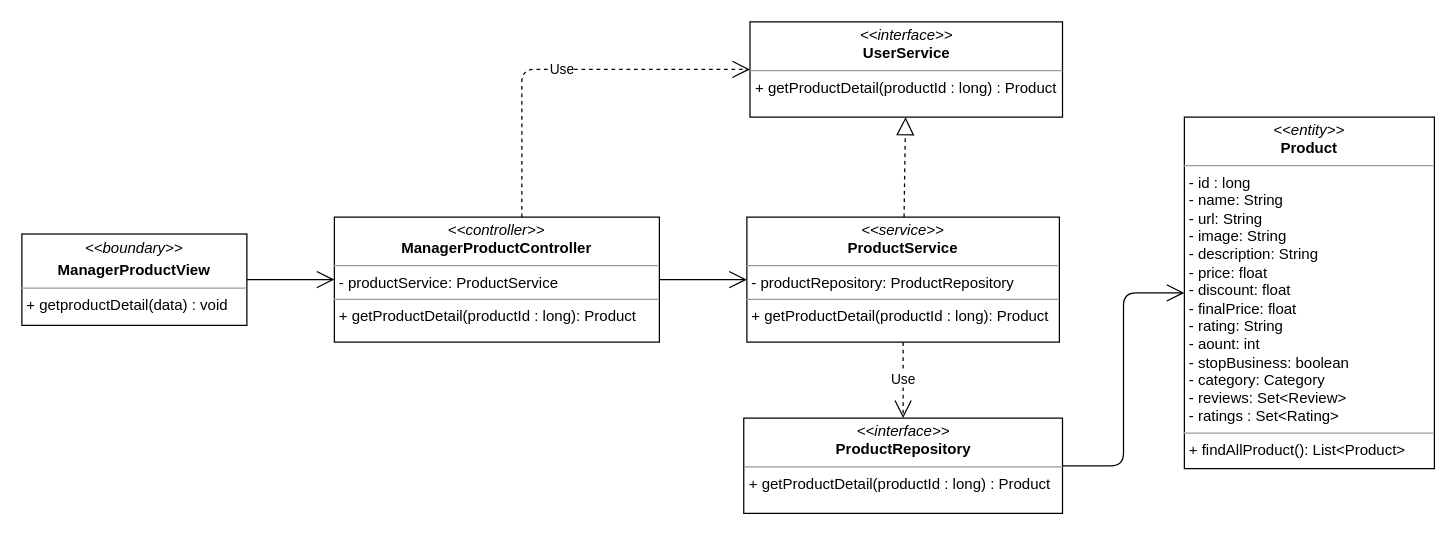
Earlier version of the draw.io diagram class diagram/manager-product-detail-class-diagram.drawio (nguyenphamvan/datn_20202). Source tidied: cells renumbered, new cells numbered last; positions are measured from the earlier drawing's top-left corner, leaving out a move shared by most shapes. Both pictures are drawn from the tidied source at 125%, with x=0, y=0 at pixel (21, 21).
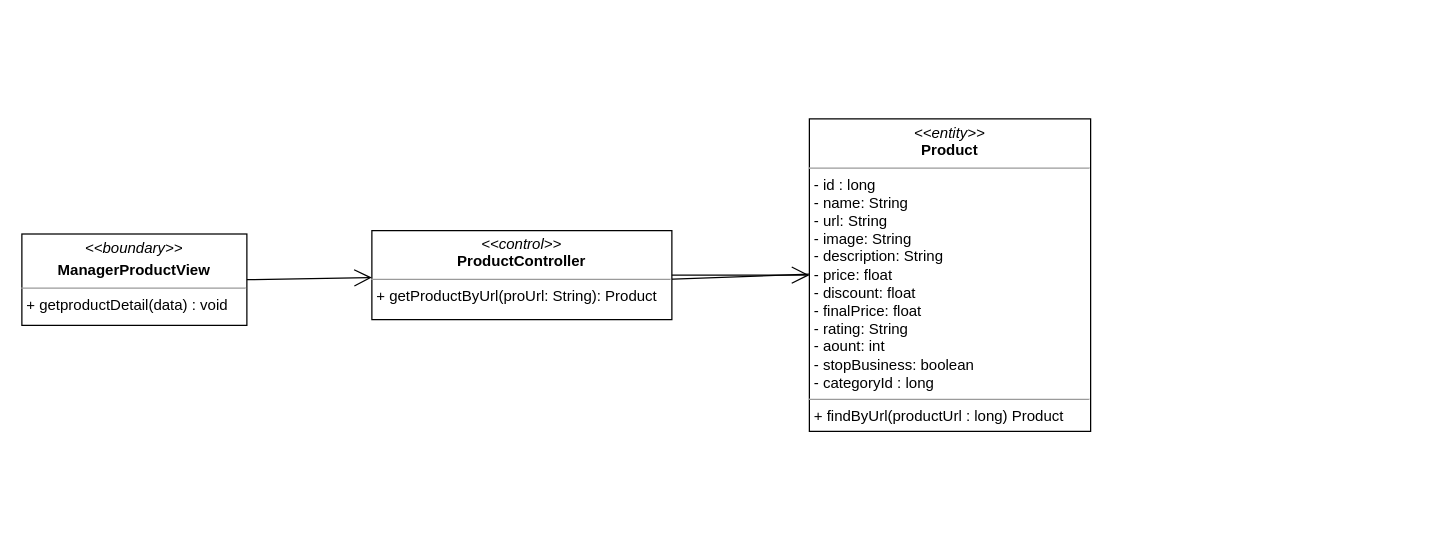
The same page after the edit.

Diff of the diagram source:
```diff
@@
 <mxGraphModel>
   <root>
     <mxCell id="0" />
     <mxCell id="1" parent="0" />
     <mxCell id="2" value="&lt;p style=&quot;margin: 0px ; margin-top: 4px ; text-align: center&quot;&gt;&lt;i&gt;&amp;lt;&amp;lt;boundary&amp;gt;&amp;gt;&lt;/i&gt;&lt;/p&gt;&lt;p style=&quot;margin: 0px ; margin-top: 4px ; text-align: center&quot;&gt;&lt;b&gt;ManagerProductView&lt;/b&gt;&lt;/p&gt;&lt;hr size=&quot;1&quot;&gt;&lt;p style=&quot;margin: 0px ; margin-left: 4px&quot;&gt;&lt;span&gt;+ getproductDetail(data) : void&lt;/span&gt;&lt;br&gt;&lt;/p&gt;" style="verticalAlign=top;align=left;overflow=fill;fontSize=12;fontFamily=Helvetica;html=1;" parent="1" vertex="1">
       <mxGeometry y="169.7" width="180" height="73.1" as="geometry" />
     </mxCell>
-    <mxCell id="3" style="endArrow=open;endFill=1;endSize=12;html=1;entryX=0;entryY=0.5;entryDx=0;entryDy=0;exitX=1;exitY=0.5;exitDx=0;exitDy=0;" parent="1" edge="1" source="2" target="7">
+    <mxCell id="3" style="endArrow=open;endFill=1;endSize=12;html=1;exitX=1;exitY=0.5;exitDx=0;exitDy=0;" parent="1" edge="1" source="2" target="14">
       <mxGeometry relative="1" as="geometry" />
     </mxCell>
-    <mxCell id="4" style="endArrow=open;endFill=1;endSize=12;html=1;exitX=1;exitY=0.5;exitDx=0;exitDy=0;edgeStyle=orthogonalEdgeStyle;" parent="1" edge="1" source="5" target="13">
-      <mxGeometry relative="1" as="geometry" />
-    </mxCell>
-    <mxCell id="5" value="&lt;p style=&quot;margin: 0px ; margin-top: 4px ; text-align: center&quot;&gt;&lt;i&gt;&amp;lt;&amp;lt;interface&amp;gt;&amp;gt;&lt;/i&gt;&lt;br&gt;&lt;b&gt;ProductRepository&lt;/b&gt;&lt;/p&gt;&lt;hr size=&quot;1&quot;&gt;&lt;p style=&quot;margin: 0px ; margin-left: 4px&quot;&gt;+ getProductDetail(productId : long) : Product&lt;/p&gt;" style="verticalAlign=top;align=left;overflow=fill;fontSize=12;fontFamily=Helvetica;html=1;" parent="1" vertex="1">
-      <mxGeometry x="577.5" y="317" width="255" height="76.2" as="geometry" />
-    </mxCell>
-    <mxCell id="6" value="&lt;p style=&quot;margin: 0px ; margin-top: 4px ; text-align: center&quot;&gt;&lt;i&gt;&amp;lt;&amp;lt;interface&amp;gt;&amp;gt;&lt;/i&gt;&lt;br&gt;&lt;b&gt;UserService&lt;/b&gt;&lt;/p&gt;&lt;hr size=&quot;1&quot;&gt;&lt;p style=&quot;margin: 0px ; margin-left: 4px&quot;&gt;+ getProductDetail(productId : long) : Product&lt;/p&gt;" style="verticalAlign=top;align=left;overflow=fill;fontSize=12;fontFamily=Helvetica;html=1;" parent="1" vertex="1">
-      <mxGeometry x="582.5" width="250" height="76.2" as="geometry" />
-    </mxCell>
-    <mxCell id="7" value="&lt;p style=&quot;margin: 0px ; margin-top: 4px ; text-align: center&quot;&gt;&lt;i&gt;&amp;lt;&amp;lt;controller&amp;gt;&amp;gt;&lt;/i&gt;&lt;br&gt;&lt;b&gt;ManagerProductController&lt;/b&gt;&lt;br&gt;&lt;/p&gt;&lt;hr size=&quot;1&quot;&gt;&lt;p style=&quot;margin: 0px ; margin-left: 4px&quot;&gt;- productService: ProductService&lt;br&gt;&lt;/p&gt;&lt;hr size=&quot;1&quot;&gt;&lt;p style=&quot;margin: 0px ; margin-left: 4px&quot;&gt;+ getProductDetail(productId : long): Product&lt;br&gt;&lt;/p&gt;" style="verticalAlign=top;align=left;overflow=fill;fontSize=12;fontFamily=Helvetica;html=1;" parent="1" vertex="1">
-      <mxGeometry x="250" y="156.2" width="260" height="100" as="geometry" />
-    </mxCell>
-    <mxCell id="8" value="&lt;p style=&quot;margin: 0px ; margin-top: 4px ; text-align: center&quot;&gt;&lt;i&gt;&amp;lt;&amp;lt;service&amp;gt;&amp;gt;&lt;/i&gt;&lt;br&gt;&lt;b&gt;ProductService&lt;/b&gt;&lt;/p&gt;&lt;hr size=&quot;1&quot;&gt;&lt;p style=&quot;margin: 0px ; margin-left: 4px&quot;&gt;- productRepository: ProductRepository&lt;br&gt;&lt;/p&gt;&lt;hr size=&quot;1&quot;&gt;&lt;p style=&quot;margin: 0px ; margin-left: 4px&quot;&gt;+ getProductDetail(productId : long): Product&lt;br&gt;&lt;/p&gt;" style="verticalAlign=top;align=left;overflow=fill;fontSize=12;fontFamily=Helvetica;html=1;" parent="1" vertex="1">
-      <mxGeometry x="580" y="156.2" width="250" height="100" as="geometry" />
-    </mxCell>
-    <mxCell id="9" value="Use" style="endArrow=open;endSize=12;dashed=1;html=1;edgeStyle=orthogonalEdgeStyle;" parent="1" edge="1" source="7" target="6">
-      <mxGeometry relative="1" as="geometry">
-        <Array as="points">
-          <mxPoint x="400" y="38" />
-        </Array>
-      </mxGeometry>
-    </mxCell>
-    <mxCell id="10" style="endArrow=block;dashed=1;endFill=0;endSize=12;html=1;" parent="1" edge="1" source="8" target="6">
-      <mxGeometry relative="1" as="geometry" />
-    </mxCell>
-    <mxCell id="11" value="Use" style="endArrow=open;endSize=12;dashed=1;html=1;" parent="1" edge="1" source="8" target="5">
-      <mxGeometry relative="1" as="geometry" />
-    </mxCell>
-    <mxCell id="12" style="endArrow=open;endFill=1;endSize=12;html=1;" parent="1" edge="1" source="7" target="8">
-      <mxGeometry relative="1" as="geometry" />
+    <mxCell id="12" style="endArrow=open;endFill=1;endSize=12;html=1;" parent="1" edge="1">
+      <mxGeometry relative="1" as="geometry">
+        <mxPoint x="510" y="206.2" as="sourcePoint" />
+        <mxPoint x="760" y="197" as="targetPoint" />
+      </mxGeometry>
     </mxCell>
-    <mxCell id="13" value="&lt;p style=&quot;margin: 0px ; margin-top: 4px ; text-align: center&quot;&gt;&lt;i&gt;&amp;lt;&amp;lt;entity&amp;gt;&amp;gt;&lt;/i&gt;&lt;br&gt;&lt;b&gt;Product&lt;/b&gt;&lt;/p&gt;&lt;hr size=&quot;1&quot;&gt;&lt;p style=&quot;margin: 0px ; margin-left: 4px&quot;&gt;- id : long&lt;/p&gt;&lt;p style=&quot;margin: 0px ; margin-left: 4px&quot;&gt;- name: String&lt;br&gt;- url: String&lt;/p&gt;&lt;p style=&quot;margin: 0px ; margin-left: 4px&quot;&gt;- image: String&lt;/p&gt;&lt;p style=&quot;margin: 0px ; margin-left: 4px&quot;&gt;- description: String&lt;/p&gt;&lt;p style=&quot;margin: 0px ; margin-left: 4px&quot;&gt;- price: float&lt;/p&gt;&lt;p style=&quot;margin: 0px ; margin-left: 4px&quot;&gt;- discount: float&lt;/p&gt;&lt;p style=&quot;margin: 0px ; margin-left: 4px&quot;&gt;- finalPrice: float&lt;/p&gt;&lt;p style=&quot;margin: 0px ; margin-left: 4px&quot;&gt;- rating: String&lt;/p&gt;&lt;p style=&quot;margin: 0px ; margin-left: 4px&quot;&gt;- aount: int&lt;/p&gt;&lt;p style=&quot;margin: 0px ; margin-left: 4px&quot;&gt;- stopBusiness: boolean&lt;/p&gt;&lt;p style=&quot;margin: 0px ; margin-left: 4px&quot;&gt;- category: Category&lt;/p&gt;&lt;p style=&quot;margin: 0px ; margin-left: 4px&quot;&gt;- reviews: Set&amp;lt;Review&amp;gt;&lt;/p&gt;&lt;p style=&quot;margin: 0px ; margin-left: 4px&quot;&gt;- ratings : Set&amp;lt;Rating&amp;gt;&lt;/p&gt;&lt;hr size=&quot;1&quot;&gt;&lt;p style=&quot;margin: 0px ; margin-left: 4px&quot;&gt;+ findAllProduct(): List&amp;lt;Product&amp;gt;&lt;br&gt;&lt;/p&gt;" style="verticalAlign=top;align=left;overflow=fill;fontSize=12;fontFamily=Helvetica;html=1;" parent="1" vertex="1">
-      <mxGeometry x="930" y="76.2" width="200" height="281.2" as="geometry" />
-    </mxCell>
+    <mxCell id="14" value="&lt;p style=&quot;margin: 0px ; margin-top: 4px ; text-align: center&quot;&gt;&lt;i&gt;&amp;lt;&amp;lt;control&amp;gt;&amp;gt;&lt;/i&gt;&lt;br&gt;&lt;b&gt;ProductController&lt;/b&gt;&lt;/p&gt;&lt;hr size=&quot;1&quot;&gt;&lt;p style=&quot;margin: 0px ; margin-left: 4px&quot;&gt;+ getProductByUrl(proUrl: String): Product&lt;br&gt;&lt;/p&gt;" style="verticalAlign=top;align=left;overflow=fill;fontSize=12;fontFamily=Helvetica;html=1;" parent="1" vertex="1">
+      <mxGeometry x="280" y="167" width="240" height="71.2" as="geometry" />
+    </mxCell>
+    <mxCell id="15" value="&lt;p style=&quot;margin: 0px ; margin-top: 4px ; text-align: center&quot;&gt;&lt;i&gt;&amp;lt;&amp;lt;entity&amp;gt;&amp;gt;&lt;/i&gt;&lt;br&gt;&lt;b&gt;Product&lt;/b&gt;&lt;/p&gt;&lt;hr size=&quot;1&quot;&gt;&lt;p style=&quot;margin: 0px ; margin-left: 4px&quot;&gt;- id : long&lt;/p&gt;&lt;p style=&quot;margin: 0px ; margin-left: 4px&quot;&gt;- name: String&lt;br&gt;- url: String&lt;/p&gt;&lt;p style=&quot;margin: 0px ; margin-left: 4px&quot;&gt;- image: String&lt;/p&gt;&lt;p style=&quot;margin: 0px ; margin-left: 4px&quot;&gt;- description: String&lt;/p&gt;&lt;p style=&quot;margin: 0px ; margin-left: 4px&quot;&gt;- price: float&lt;/p&gt;&lt;p style=&quot;margin: 0px ; margin-left: 4px&quot;&gt;- discount: float&lt;/p&gt;&lt;p style=&quot;margin: 0px ; margin-left: 4px&quot;&gt;- finalPrice: float&lt;/p&gt;&lt;p style=&quot;margin: 0px ; margin-left: 4px&quot;&gt;- rating: String&lt;/p&gt;&lt;p style=&quot;margin: 0px ; margin-left: 4px&quot;&gt;- aount: int&lt;/p&gt;&lt;p style=&quot;margin: 0px ; margin-left: 4px&quot;&gt;- stopBusiness: boolean&lt;/p&gt;&lt;p style=&quot;margin: 0px ; margin-left: 4px&quot;&gt;- categoryId : long&lt;/p&gt;&lt;hr size=&quot;1&quot;&gt;&lt;p style=&quot;margin: 0px ; margin-left: 4px&quot;&gt;+ findByUrl(productUrl : long) Product&lt;/p&gt;" style="verticalAlign=top;align=left;overflow=fill;fontSize=12;fontFamily=Helvetica;html=1;" parent="1" vertex="1">
+      <mxGeometry x="630" y="77.6" width="225" height="250" as="geometry" />
+    </mxCell>
+    <mxCell id="16" style="endArrow=open;endFill=1;endSize=12;html=1;" parent="1" edge="1" source="14" target="15">
+      <mxGeometry relative="1" as="geometry" />
+    </mxCell>
   </root>
 </mxGraphModel>
```
